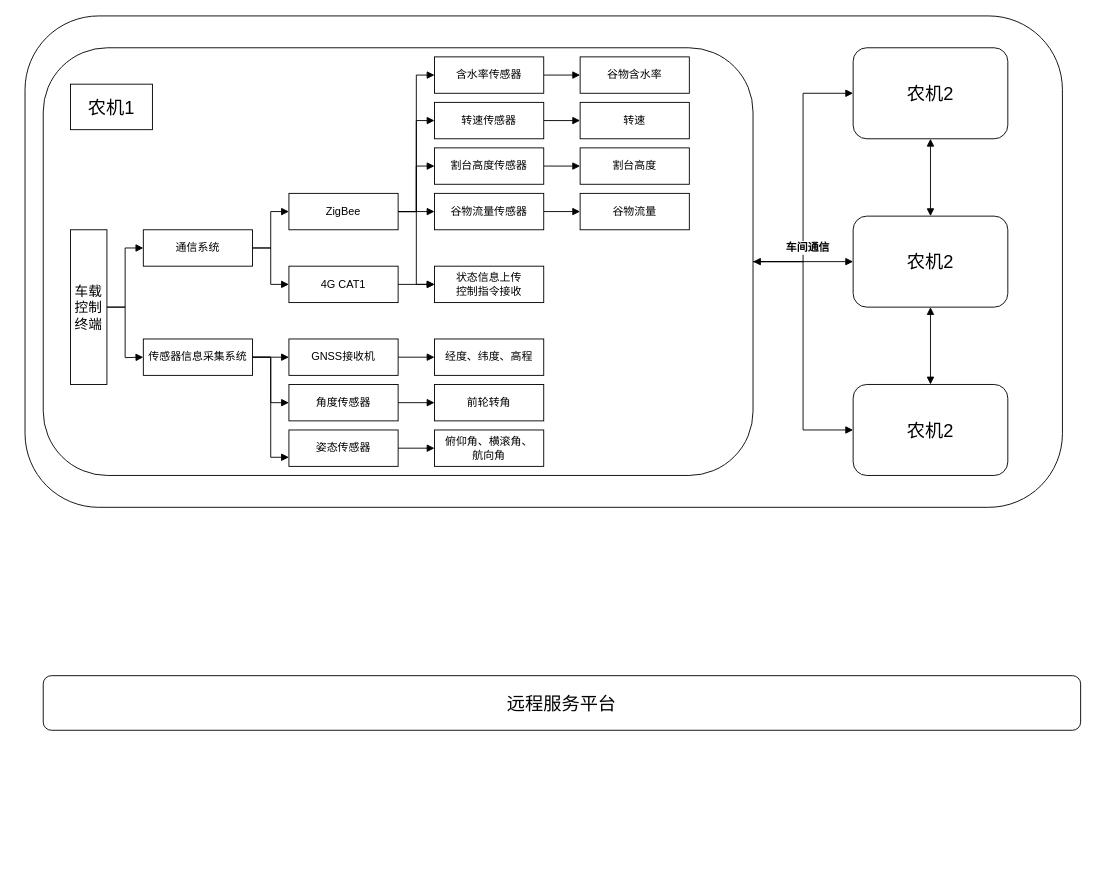
Above: 硬件结构图.drawio in anvalue/DrawIo_SQ (draw.io), before the change. Source tidied: cells renumbered, new cells numbered last; positions are measured from the earlier drawing's top-left corner, leaving out a move shared by most shapes. Both pictures are drawn from the tidied source at 91%, with x=0, y=0 at pixel (25, 15).
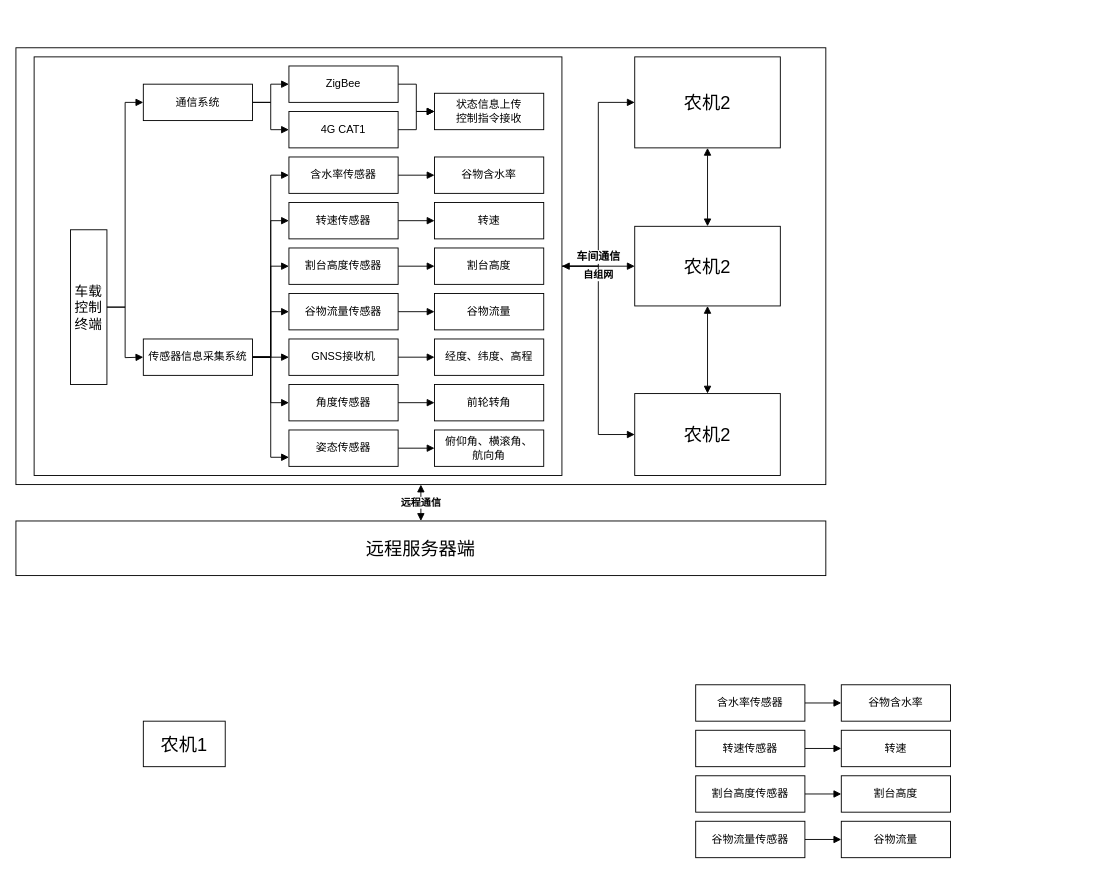
The same page after the edit.

Commit message (it also covers changes not shown here):
更新硬件结构图.drawio

The change refers to these unchanged cells:
```xml
<mxCell id="15" value="传感器信息采集系统" style="rounded=0;whiteSpace=wrap;html=1;" parent="1" vertex="1">
  <mxGeometry x="130" y="355" width="120" height="40" as="geometry" />
</mxCell>
```

What changed in the source:
```diff
@@
-    <mxCell id="2" style="rounded=1;whiteSpace=wrap;html=1;fontFamily=Helvetica;fontSize=11;fontColor=default;labelBackgroundColor=default;" parent="1" vertex="1">
-      <mxGeometry width="1140" height="540" as="geometry" />
-    </mxCell>
-    <mxCell id="3" style="edgeStyle=orthogonalEdgeStyle;rounded=0;jettySize=auto;html=1;entryX=0;entryY=0.5;entryDx=0;entryDy=0;strokeColor=default;align=center;verticalAlign=middle;fontFamily=Helvetica;fontSize=11;fontColor=default;labelBackgroundColor=default;endArrow=block;endFill=1;" parent="1" edge="1" source="6" target="50">
-      <mxGeometry relative="1" as="geometry" />
-    </mxCell>
-    <mxCell id="4" style="edgeStyle=orthogonalEdgeStyle;rounded=0;jettySize=auto;html=1;strokeColor=default;align=center;verticalAlign=middle;fontFamily=Helvetica;fontSize=11;fontColor=default;labelBackgroundColor=default;endArrow=block;endFill=1;startArrow=block;startFill=1;" parent="1" edge="1" source="6" target="48">
-      <mxGeometry relative="1" as="geometry" />
-    </mxCell>
-    <mxCell id="5" style="edgeStyle=orthogonalEdgeStyle;rounded=0;jettySize=auto;html=1;entryX=0;entryY=0.5;entryDx=0;entryDy=0;strokeColor=default;align=center;verticalAlign=middle;fontFamily=Helvetica;fontSize=11;fontColor=default;labelBackgroundColor=default;endArrow=block;endFill=1;" parent="1" edge="1" source="6" target="52">
-      <mxGeometry relative="1" as="geometry" />
-    </mxCell>
-    <mxCell id="6" style="rounded=1;whiteSpace=wrap;html=1;fontFamily=Helvetica;fontSize=11;fontColor=default;labelBackgroundColor=default;" parent="1" vertex="1">
-      <mxGeometry x="20" y="35" width="780" height="470" as="geometry" />
-    </mxCell>
+    <mxCell id="55" style="edgeStyle=orthogonalEdgeStyle;rounded=0;jettySize=auto;html=1;entryX=0.5;entryY=0;entryDx=0;entryDy=0;strokeColor=default;align=center;verticalAlign=middle;fontFamily=Helvetica;fontSize=11;fontColor=default;labelBackgroundColor=default;endArrow=block;endFill=1;startArrow=block;startFill=1;" parent="1" edge="1" source="56" target="90">
+      <mxGeometry relative="1" as="geometry" />
+    </mxCell>
+    <mxCell id="56" style="rounded=0;whiteSpace=wrap;html=1;fontFamily=Helvetica;fontSize=11;fontColor=default;labelBackgroundColor=default;" parent="1" vertex="1">
+      <mxGeometry x="-10" y="35" width="890" height="480" as="geometry" />
+    </mxCell>
+    <mxCell id="57" style="edgeStyle=orthogonalEdgeStyle;rounded=0;jettySize=auto;html=1;strokeColor=default;align=center;verticalAlign=middle;fontFamily=Helvetica;fontSize=11;fontColor=default;labelBackgroundColor=default;endArrow=block;endFill=1;" parent="1" edge="1" source="60" target="50">
+      <mxGeometry relative="1" as="geometry" />
+    </mxCell>
+    <mxCell id="58" style="edgeStyle=orthogonalEdgeStyle;rounded=0;jettySize=auto;html=1;entryX=0;entryY=0.5;entryDx=0;entryDy=0;strokeColor=default;align=center;verticalAlign=middle;fontFamily=Helvetica;fontSize=11;fontColor=default;labelBackgroundColor=default;endArrow=block;endFill=1;" parent="1" edge="1" source="60" target="48">
+      <mxGeometry relative="1" as="geometry" />
+    </mxCell>
+    <mxCell id="59" style="edgeStyle=orthogonalEdgeStyle;rounded=0;jettySize=auto;html=1;entryX=0;entryY=0.5;entryDx=0;entryDy=0;strokeColor=default;align=center;verticalAlign=middle;fontFamily=Helvetica;fontSize=11;fontColor=default;labelBackgroundColor=default;endArrow=block;endFill=1;startArrow=block;startFill=1;" parent="1" edge="1" source="60" target="52">
+      <mxGeometry relative="1" as="geometry" />
+    </mxCell>
+    <mxCell id="60" style="rounded=0;whiteSpace=wrap;html=1;fontFamily=Helvetica;fontSize=11;fontColor=default;labelBackgroundColor=default;" parent="1" vertex="1">
+      <mxGeometry x="10" y="45" width="580" height="460" as="geometry" />
+    </mxCell>
@@
     <mxCell id="11" value="通信系统" style="rounded=0;whiteSpace=wrap;html=1;" parent="1" vertex="1">
-      <mxGeometry x="130" y="235" width="120" height="40" as="geometry" />
+      <mxGeometry x="130" y="75" width="120" height="40" as="geometry" />
     </mxCell>
@@
+    <mxCell id="61" style="edgeStyle=orthogonalEdgeStyle;rounded=0;jettySize=auto;html=1;entryX=0;entryY=0.5;entryDx=0;entryDy=0;strokeColor=default;align=center;verticalAlign=middle;fontFamily=Helvetica;fontSize=11;fontColor=default;labelBackgroundColor=default;endArrow=block;endFill=1;" parent="1" edge="1" source="15" target="79">
+      <mxGeometry relative="1" as="geometry" />
+    </mxCell>
+    <mxCell id="62" style="edgeStyle=orthogonalEdgeStyle;rounded=0;jettySize=auto;html=1;entryX=0;entryY=0.5;entryDx=0;entryDy=0;strokeColor=default;align=center;verticalAlign=middle;fontFamily=Helvetica;fontSize=11;fontColor=default;labelBackgroundColor=default;endArrow=block;endFill=1;" parent="1" edge="1" source="15" target="81">
+      <mxGeometry relative="1" as="geometry" />
+    </mxCell>
+    <mxCell id="63" style="edgeStyle=orthogonalEdgeStyle;rounded=0;jettySize=auto;html=1;entryX=0;entryY=0.5;entryDx=0;entryDy=0;strokeColor=default;align=center;verticalAlign=middle;fontFamily=Helvetica;fontSize=11;fontColor=default;labelBackgroundColor=default;endArrow=block;endFill=1;" parent="1" edge="1" source="15" target="83">
+      <mxGeometry relative="1" as="geometry" />
+    </mxCell>
+    <mxCell id="64" style="edgeStyle=orthogonalEdgeStyle;rounded=0;jettySize=auto;html=1;entryX=0;entryY=0.5;entryDx=0;entryDy=0;strokeColor=default;align=center;verticalAlign=middle;fontFamily=Helvetica;fontSize=11;fontColor=default;labelBackgroundColor=default;endArrow=block;endFill=1;" parent="1" edge="1" source="15" target="88">
+      <mxGeometry relative="1" as="geometry" />
+    </mxCell>
@@
     <mxCell id="17" value="4G CAT1" style="whiteSpace=wrap;html=1;rounded=0;" parent="1" vertex="1">
-      <mxGeometry x="290" y="275" width="120" height="40" as="geometry" />
+      <mxGeometry x="290" y="105" width="120" height="40" as="geometry" />
     </mxCell>
@@
-    <mxCell id="19" style="edgeStyle=orthogonalEdgeStyle;rounded=0;jettySize=auto;html=1;entryX=0;entryY=0.5;entryDx=0;entryDy=0;strokeColor=default;align=center;verticalAlign=middle;fontFamily=Helvetica;fontSize=11;fontColor=default;labelBackgroundColor=default;endArrow=block;endFill=1;" parent="1" edge="1" source="23" target="36">
-      <mxGeometry relative="1" as="geometry" />
-    </mxCell>
-    <mxCell id="20" style="edgeStyle=orthogonalEdgeStyle;rounded=0;jettySize=auto;html=1;entryX=0;entryY=0.5;entryDx=0;entryDy=0;strokeColor=default;align=center;verticalAlign=middle;fontFamily=Helvetica;fontSize=11;fontColor=default;labelBackgroundColor=default;endArrow=block;endFill=1;" parent="1" edge="1" source="23" target="38">
-      <mxGeometry relative="1" as="geometry" />
-    </mxCell>
-    <mxCell id="21" style="edgeStyle=orthogonalEdgeStyle;rounded=0;jettySize=auto;html=1;entryX=0;entryY=0.5;entryDx=0;entryDy=0;strokeColor=default;align=center;verticalAlign=middle;fontFamily=Helvetica;fontSize=11;fontColor=default;labelBackgroundColor=default;endArrow=block;endFill=1;" parent="1" edge="1" source="23" target="40">
-      <mxGeometry relative="1" as="geometry" />
-    </mxCell>
-    <mxCell id="22" style="edgeStyle=orthogonalEdgeStyle;rounded=0;jettySize=auto;html=1;entryX=0;entryY=0.5;entryDx=0;entryDy=0;strokeColor=default;align=center;verticalAlign=middle;fontFamily=Helvetica;fontSize=11;fontColor=default;labelBackgroundColor=default;endArrow=block;endFill=1;" parent="1" edge="1" source="23" target="42">
-      <mxGeometry relative="1" as="geometry" />
-    </mxCell>
     <mxCell id="23" value="ZigBee" style="whiteSpace=wrap;html=1;rounded=0;" parent="1" vertex="1">
-      <mxGeometry x="290" y="195" width="120" height="40" as="geometry" />
+      <mxGeometry x="290" y="55" width="120" height="40" as="geometry" />
     </mxCell>
@@
     <mxCell id="34" value="状态信息上传&lt;div&gt;控制指令接收&lt;/div&gt;" style="whiteSpace=wrap;html=1;rounded=0;" parent="1" vertex="1">
-      <mxGeometry x="450" y="275" width="120" height="40" as="geometry" />
+      <mxGeometry x="450" y="85" width="120" height="40" as="geometry" />
     </mxCell>
-    <mxCell id="35" style="edgeStyle=orthogonalEdgeStyle;rounded=0;jettySize=auto;html=1;entryX=0;entryY=0.5;entryDx=0;entryDy=0;strokeColor=default;align=center;verticalAlign=middle;fontFamily=Helvetica;fontSize=11;fontColor=default;labelBackgroundColor=default;endArrow=block;endFill=1;" parent="1" edge="1" source="36" target="46">
-      <mxGeometry relative="1" as="geometry" />
-    </mxCell>
-    <mxCell id="36" value="谷物流量传感器" style="whiteSpace=wrap;html=1;rounded=0;" parent="1" vertex="1">
-      <mxGeometry x="450" y="195" width="120" height="40" as="geometry" />
-    </mxCell>
-    <mxCell id="37" style="edgeStyle=orthogonalEdgeStyle;rounded=0;jettySize=auto;html=1;entryX=0;entryY=0.5;entryDx=0;entryDy=0;strokeColor=default;align=center;verticalAlign=middle;fontFamily=Helvetica;fontSize=11;fontColor=default;labelBackgroundColor=default;endArrow=block;endFill=1;" parent="1" edge="1" source="38" target="45">
-      <mxGeometry relative="1" as="geometry" />
-    </mxCell>
-    <mxCell id="38" value="割台高度传感器" style="whiteSpace=wrap;html=1;rounded=0;" parent="1" vertex="1">
-      <mxGeometry x="450" y="145" width="120" height="40" as="geometry" />
-    </mxCell>
-    <mxCell id="39" style="edgeStyle=orthogonalEdgeStyle;rounded=0;jettySize=auto;html=1;entryX=0;entryY=0.5;entryDx=0;entryDy=0;strokeColor=default;align=center;verticalAlign=middle;fontFamily=Helvetica;fontSize=11;fontColor=default;labelBackgroundColor=default;endArrow=block;endFill=1;" parent="1" edge="1" source="40" target="44">
-      <mxGeometry relative="1" as="geometry" />
-    </mxCell>
-    <mxCell id="40" value="转速传感器" style="whiteSpace=wrap;html=1;rounded=0;" parent="1" vertex="1">
-      <mxGeometry x="450" y="95" width="120" height="40" as="geometry" />
-    </mxCell>
-    <mxCell id="41" style="edgeStyle=orthogonalEdgeStyle;rounded=0;jettySize=auto;html=1;entryX=0;entryY=0.5;entryDx=0;entryDy=0;strokeColor=default;align=center;verticalAlign=middle;fontFamily=Helvetica;fontSize=11;fontColor=default;labelBackgroundColor=default;endArrow=block;endFill=1;" parent="1" edge="1" source="42" target="43">
-      <mxGeometry relative="1" as="geometry" />
-    </mxCell>
-    <mxCell id="42" value="含水率传感器" style="whiteSpace=wrap;html=1;rounded=0;" parent="1" vertex="1">
-      <mxGeometry x="450" y="45" width="120" height="40" as="geometry" />
-    </mxCell>
-    <mxCell id="43" value="谷物含水率" style="whiteSpace=wrap;html=1;rounded=0;" parent="1" vertex="1">
-      <mxGeometry x="610" y="45" width="120" height="40" as="geometry" />
-    </mxCell>
-    <mxCell id="44" value="转速" style="whiteSpace=wrap;html=1;rounded=0;" parent="1" vertex="1">
-      <mxGeometry x="610" y="95" width="120" height="40" as="geometry" />
-    </mxCell>
-    <mxCell id="45" value="割台高度" style="whiteSpace=wrap;html=1;rounded=0;" parent="1" vertex="1">
-      <mxGeometry x="610" y="145" width="120" height="40" as="geometry" />
-    </mxCell>
-    <mxCell id="46" value="谷物流量" style="whiteSpace=wrap;html=1;rounded=0;" parent="1" vertex="1">
-      <mxGeometry x="610" y="195" width="120" height="40" as="geometry" />
-    </mxCell>
     <mxCell id="47" value="&lt;font style=&quot;font-size: 20px;&quot;&gt;农机1&lt;/font&gt;" style="rounded=0;whiteSpace=wrap;html=1;fontFamily=Helvetica;fontSize=11;fontColor=default;labelBackgroundColor=default;" parent="1" vertex="1">
-      <mxGeometry x="50" y="75" width="90" height="50" as="geometry" />
+      <mxGeometry x="130" y="775" width="90" height="50" as="geometry" />
     </mxCell>
-    <mxCell id="48" value="&lt;font style=&quot;font-size: 20px;&quot;&gt;农机2&lt;/font&gt;" style="rounded=1;whiteSpace=wrap;html=1;fontFamily=Helvetica;fontSize=11;fontColor=default;labelBackgroundColor=default;" parent="1" vertex="1">
-      <mxGeometry x="910" y="35" width="170" height="100" as="geometry" />
+    <mxCell id="48" value="&lt;font style=&quot;font-size: 20px;&quot;&gt;农机2&lt;/font&gt;" style="rounded=0;whiteSpace=wrap;html=1;fontFamily=Helvetica;fontSize=11;fontColor=default;labelBackgroundColor=default;strokeColor=default;align=center;verticalAlign=middle;fillColor=default;" parent="1" vertex="1">
+      <mxGeometry x="670" y="45" width="160" height="100" as="geometry" />
     </mxCell>
@@
-    <mxCell id="50" value="&lt;font style=&quot;font-size: 20px;&quot;&gt;农机2&lt;/font&gt;" style="rounded=1;whiteSpace=wrap;html=1;fontFamily=Helvetica;fontSize=11;fontColor=default;labelBackgroundColor=default;" parent="1" vertex="1">
-      <mxGeometry x="910" y="220" width="170" height="100" as="geometry" />
+    <mxCell id="50" value="&lt;font style=&quot;font-size: 20px;&quot;&gt;农机2&lt;/font&gt;" style="rounded=0;whiteSpace=wrap;html=1;fontFamily=Helvetica;fontSize=11;fontColor=default;labelBackgroundColor=default;strokeColor=default;align=center;verticalAlign=middle;fillColor=default;" parent="1" vertex="1">
+      <mxGeometry x="670" y="231.2" width="160" height="87.5" as="geometry" />
     </mxCell>
@@
-    <mxCell id="52" value="&lt;font style=&quot;font-size: 20px;&quot;&gt;农机2&lt;/font&gt;" style="rounded=1;whiteSpace=wrap;html=1;fontFamily=Helvetica;fontSize=11;fontColor=default;labelBackgroundColor=default;" parent="1" vertex="1">
-      <mxGeometry x="910" y="405" width="170" height="100" as="geometry" />
+    <mxCell id="52" value="&lt;font style=&quot;font-size: 20px;&quot;&gt;农机2&lt;/font&gt;" style="rounded=0;whiteSpace=wrap;html=1;fontFamily=Helvetica;fontSize=11;fontColor=default;labelBackgroundColor=default;strokeColor=default;align=center;verticalAlign=middle;fillColor=default;" parent="1" vertex="1">
+      <mxGeometry x="670" y="415" width="160" height="90" as="geometry" />
     </mxCell>
     <mxCell id="53" value="&lt;font style=&quot;font-size: 12px;&quot;&gt;车间通信&lt;/font&gt;" style="text;strokeColor=none;fillColor=none;html=1;fontSize=11;fontStyle=1;verticalAlign=middle;align=center;fontFamily=Helvetica;fontColor=default;labelBackgroundColor=default;" parent="1" vertex="1">
-      <mxGeometry x="810" y="235" width="100" height="40" as="geometry" />
+      <mxGeometry x="580" y="245" width="100" height="40" as="geometry" />
     </mxCell>
-    <mxCell id="54" value="&lt;font style=&quot;font-size: 20px;&quot;&gt;远程服务平台&lt;/font&gt;" style="rounded=1;whiteSpace=wrap;html=1;fontFamily=Helvetica;fontSize=11;fontColor=default;labelBackgroundColor=default;" parent="1" vertex="1">
-      <mxGeometry x="20" y="725" width="1140" height="60" as="geometry" />
-    </mxCell>
+    <mxCell id="65" style="edgeStyle=orthogonalEdgeStyle;rounded=0;jettySize=auto;html=1;entryX=0;entryY=0.5;entryDx=0;entryDy=0;strokeColor=default;align=center;verticalAlign=middle;fontFamily=Helvetica;fontSize=11;fontColor=default;labelBackgroundColor=default;endArrow=block;endFill=1;" parent="1" edge="1" source="66" target="73">
+      <mxGeometry relative="1" as="geometry" />
+    </mxCell>
+    <mxCell id="66" value="谷物流量传感器" style="whiteSpace=wrap;html=1;rounded=0;" parent="1" vertex="1">
+      <mxGeometry x="737" y="885" width="120" height="40" as="geometry" />
+    </mxCell>
+    <mxCell id="67" style="edgeStyle=orthogonalEdgeStyle;rounded=0;jettySize=auto;html=1;entryX=0;entryY=0.5;entryDx=0;entryDy=0;strokeColor=default;align=center;verticalAlign=middle;fontFamily=Helvetica;fontSize=11;fontColor=default;labelBackgroundColor=default;endArrow=block;endFill=1;" parent="1" edge="1" source="68" target="72">
+      <mxGeometry relative="1" as="geometry" />
+    </mxCell>
+    <mxCell id="68" value="割台高度传感器" style="whiteSpace=wrap;html=1;rounded=0;" parent="1" vertex="1">
+      <mxGeometry x="737" y="835" width="120" height="40" as="geometry" />
+    </mxCell>
+    <mxCell id="69" style="edgeStyle=orthogonalEdgeStyle;rounded=0;jettySize=auto;html=1;entryX=0;entryY=0.5;entryDx=0;entryDy=0;strokeColor=default;align=center;verticalAlign=middle;fontFamily=Helvetica;fontSize=11;fontColor=default;labelBackgroundColor=default;endArrow=block;endFill=1;" parent="1" edge="1" source="70" target="71">
+      <mxGeometry relative="1" as="geometry" />
+    </mxCell>
+    <mxCell id="70" value="转速传感器" style="whiteSpace=wrap;html=1;rounded=0;" parent="1" vertex="1">
+      <mxGeometry x="737" y="785" width="120" height="40" as="geometry" />
+    </mxCell>
+    <mxCell id="71" value="转速" style="whiteSpace=wrap;html=1;rounded=0;" parent="1" vertex="1">
+      <mxGeometry x="897" y="785" width="120" height="40" as="geometry" />
+    </mxCell>
+    <mxCell id="72" value="割台高度" style="whiteSpace=wrap;html=1;rounded=0;" parent="1" vertex="1">
+      <mxGeometry x="897" y="835" width="120" height="40" as="geometry" />
+    </mxCell>
+    <mxCell id="73" value="谷物流量" style="whiteSpace=wrap;html=1;rounded=0;" parent="1" vertex="1">
+      <mxGeometry x="897" y="885" width="120" height="40" as="geometry" />
+    </mxCell>
+    <mxCell id="74" style="edgeStyle=orthogonalEdgeStyle;rounded=0;jettySize=auto;html=1;entryX=0;entryY=0.5;entryDx=0;entryDy=0;strokeColor=default;align=center;verticalAlign=middle;fontFamily=Helvetica;fontSize=11;fontColor=default;labelBackgroundColor=default;endArrow=block;endFill=1;" parent="1" edge="1" source="75" target="76">
+      <mxGeometry relative="1" as="geometry" />
+    </mxCell>
+    <mxCell id="75" value="含水率传感器" style="whiteSpace=wrap;html=1;rounded=0;" parent="1" vertex="1">
+      <mxGeometry x="737" y="735" width="120" height="40" as="geometry" />
+    </mxCell>
+    <mxCell id="76" value="谷物含水率" style="whiteSpace=wrap;html=1;rounded=0;" parent="1" vertex="1">
+      <mxGeometry x="897" y="735" width="120" height="40" as="geometry" />
+    </mxCell>
+    <mxCell id="77" style="edgeStyle=orthogonalEdgeStyle;rounded=0;orthogonalLoop=1;jettySize=auto;html=1;entryX=0;entryY=0.5;entryDx=0;entryDy=0;strokeColor=default;align=center;verticalAlign=middle;fontFamily=Helvetica;fontSize=11;fontColor=default;labelBackgroundColor=default;endArrow=block;endFill=1;" parent="1" edge="1">
+      <mxGeometry relative="1" as="geometry">
+        <mxPoint x="867" y="765" as="sourcePoint" />
+      </mxGeometry>
+    </mxCell>
+    <mxCell id="78" style="edgeStyle=orthogonalEdgeStyle;rounded=0;jettySize=auto;html=1;entryX=0;entryY=0.5;entryDx=0;entryDy=0;strokeColor=default;align=center;verticalAlign=middle;fontFamily=Helvetica;fontSize=11;fontColor=default;labelBackgroundColor=default;endArrow=block;endFill=1;" parent="1" edge="1" source="79" target="86">
+      <mxGeometry relative="1" as="geometry" />
+    </mxCell>
+    <mxCell id="79" value="谷物流量传感器" style="whiteSpace=wrap;html=1;rounded=0;" parent="1" vertex="1">
+      <mxGeometry x="290" y="305" width="120" height="40" as="geometry" />
+    </mxCell>
+    <mxCell id="80" style="edgeStyle=orthogonalEdgeStyle;rounded=0;jettySize=auto;html=1;entryX=0;entryY=0.5;entryDx=0;entryDy=0;strokeColor=default;align=center;verticalAlign=middle;fontFamily=Helvetica;fontSize=11;fontColor=default;labelBackgroundColor=default;endArrow=block;endFill=1;" parent="1" edge="1" source="81" target="85">
+      <mxGeometry relative="1" as="geometry" />
+    </mxCell>
+    <mxCell id="81" value="割台高度传感器" style="whiteSpace=wrap;html=1;rounded=0;" parent="1" vertex="1">
+      <mxGeometry x="290" y="255" width="120" height="40" as="geometry" />
+    </mxCell>
+    <mxCell id="82" style="edgeStyle=orthogonalEdgeStyle;rounded=0;jettySize=auto;html=1;entryX=0;entryY=0.5;entryDx=0;entryDy=0;strokeColor=default;align=center;verticalAlign=middle;fontFamily=Helvetica;fontSize=11;fontColor=default;labelBackgroundColor=default;endArrow=block;endFill=1;" parent="1" edge="1" source="83" target="84">
+      <mxGeometry relative="1" as="geometry" />
+    </mxCell>
+    <mxCell id="83" value="转速传感器" style="whiteSpace=wrap;html=1;rounded=0;" parent="1" vertex="1">
+      <mxGeometry x="290" y="205" width="120" height="40" as="geometry" />
+    </mxCell>
+    <mxCell id="84" value="转速" style="whiteSpace=wrap;html=1;rounded=0;" parent="1" vertex="1">
+      <mxGeometry x="450" y="205" width="120" height="40" as="geometry" />
+    </mxCell>
+    <mxCell id="85" value="割台高度" style="whiteSpace=wrap;html=1;rounded=0;" parent="1" vertex="1">
+      <mxGeometry x="450" y="255" width="120" height="40" as="geometry" />
+    </mxCell>
+    <mxCell id="86" value="谷物流量" style="whiteSpace=wrap;html=1;rounded=0;" parent="1" vertex="1">
+      <mxGeometry x="450" y="305" width="120" height="40" as="geometry" />
+    </mxCell>
+    <mxCell id="87" style="edgeStyle=orthogonalEdgeStyle;rounded=0;jettySize=auto;html=1;entryX=0;entryY=0.5;entryDx=0;entryDy=0;strokeColor=default;align=center;verticalAlign=middle;fontFamily=Helvetica;fontSize=11;fontColor=default;labelBackgroundColor=default;endArrow=block;endFill=1;" parent="1" edge="1" source="88" target="89">
+      <mxGeometry relative="1" as="geometry" />
+    </mxCell>
+    <mxCell id="88" value="含水率传感器" style="whiteSpace=wrap;html=1;rounded=0;" parent="1" vertex="1">
+      <mxGeometry x="290" y="155" width="120" height="40" as="geometry" />
+    </mxCell>
+    <mxCell id="89" value="谷物含水率" style="whiteSpace=wrap;html=1;rounded=0;" parent="1" vertex="1">
+      <mxGeometry x="450" y="155" width="120" height="40" as="geometry" />
+    </mxCell>
+    <mxCell id="90" value="&lt;font style=&quot;font-size: 20px;&quot;&gt;远程服务器端&lt;/font&gt;" style="rounded=0;whiteSpace=wrap;html=1;fontFamily=Helvetica;fontSize=11;fontColor=default;labelBackgroundColor=default;" parent="1" vertex="1">
+      <mxGeometry x="-10" y="555" width="890" height="60" as="geometry" />
+    </mxCell>
+    <mxCell id="91" value="自组网" style="text;strokeColor=none;fillColor=none;html=1;fontSize=11;fontStyle=1;verticalAlign=middle;align=center;fontFamily=Helvetica;fontColor=default;labelBackgroundColor=default;" parent="1" vertex="1">
+      <mxGeometry x="580" y="265" width="100" height="40" as="geometry" />
+    </mxCell>
+    <mxCell id="92" value="远程通信" style="text;strokeColor=none;fillColor=none;html=1;fontSize=11;fontStyle=1;verticalAlign=middle;align=center;fontFamily=Helvetica;fontColor=default;labelBackgroundColor=default;" parent="1" vertex="1">
+      <mxGeometry x="385" y="515" width="100" height="40" as="geometry" />
+    </mxCell>
```
